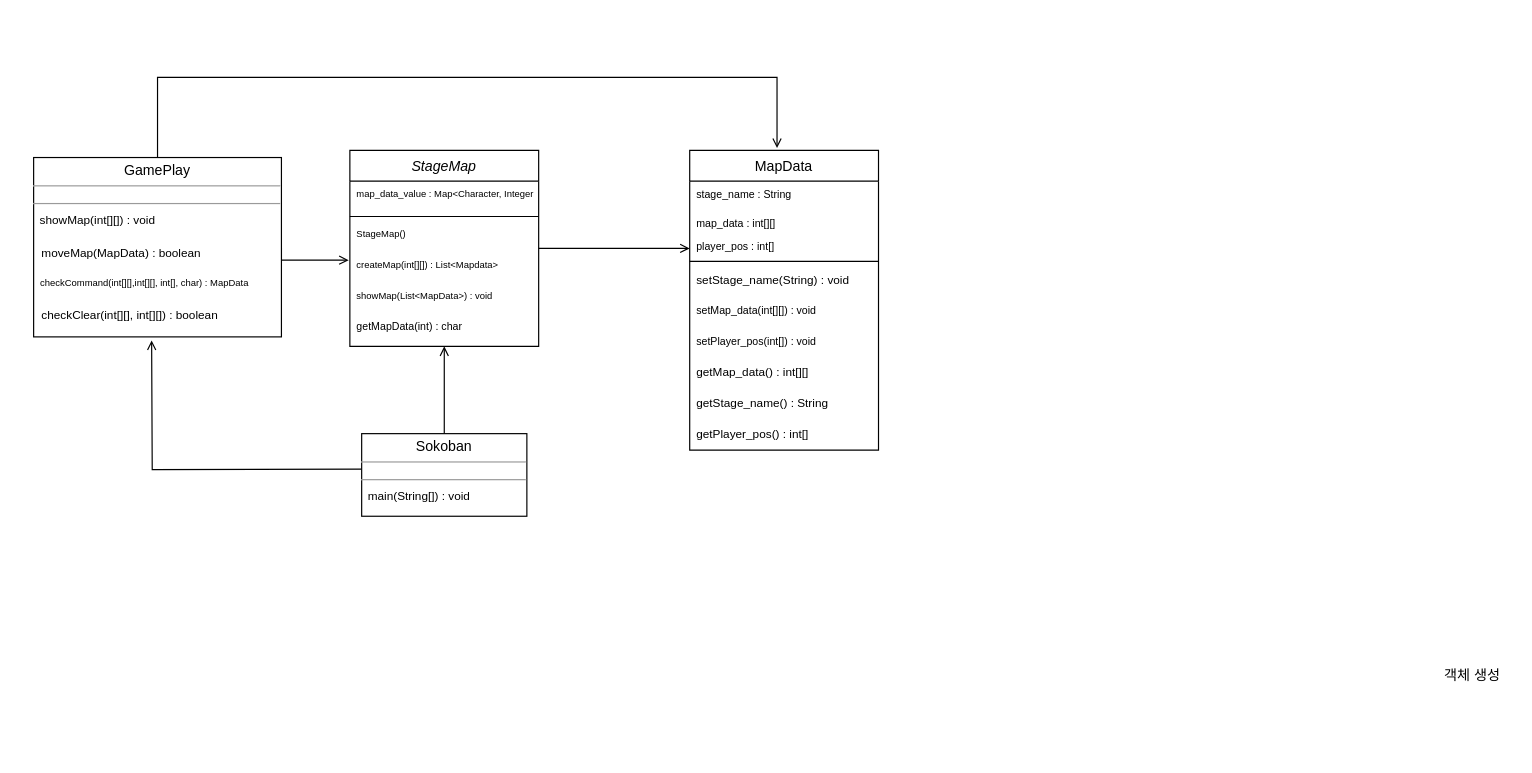
This is Untitled Diagram.drawio from ikjo93/Class-Diagram, a draw.io file, before an edit. Source tidied: cells renumbered, new cells numbered last; positions are measured from the earlier drawing's top-left corner, leaving out a move shared by most shapes. Both pictures are drawn from the tidied source at 118%, with x=0, y=0 at pixel (33, 77).
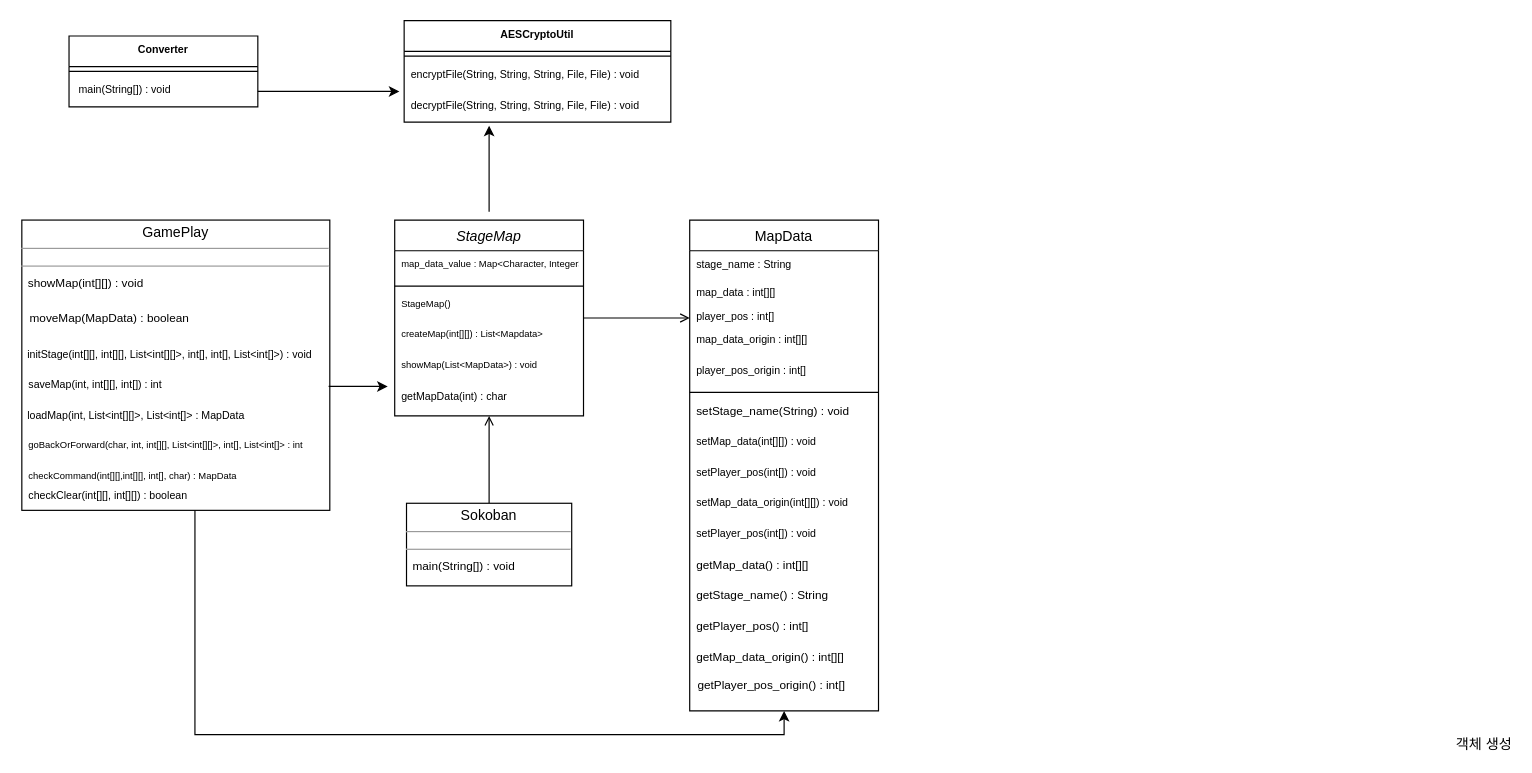
Above is the later version.

Unchanged cells that the change refers to:
```xml
<mxCell id="8" value="getMapData(int) : char" style="text;strokeColor=none;fillColor=none;align=left;verticalAlign=top;spacingLeft=4;spacingRight=4;overflow=hidden;points=[[0,0.5],[1,0.5]];portConstraint=eastwest;fontSize=9;" parent="2" vertex="1">
  <mxGeometry y="138" width="160" height="26" as="geometry" />
</mxCell>
```

Change to the diagram source:
```diff
@@
+    <mxCell id="31" style="edgeStyle=orthogonalEdgeStyle;rounded=0;orthogonalLoop=1;jettySize=auto;html=1;fontSize=9;" parent="1" edge="1">
+      <mxGeometry relative="1" as="geometry">
+        <mxPoint x="386" y="114" as="sourcePoint" />
+        <mxPoint x="386" y="41" as="targetPoint" />
+      </mxGeometry>
+    </mxCell>
     <mxCell id="2" value="StageMap" style="swimlane;fontStyle=2;align=center;verticalAlign=top;horizontal=1;startSize=26;rounded=0;shadow=0;strokeWidth=1;" parent="1" vertex="1">
-      <mxGeometry x="268" y="62" width="160" height="166" as="geometry" />
+      <mxGeometry x="306" y="121" width="160" height="166" as="geometry" />
     </mxCell>
@@
     <mxCell id="9" style="endArrow=open;endFill=0;shadow=0;strokeWidth=1;rounded=0;edgeStyle=elbowEdgeStyle;elbow=vertical;" parent="1" edge="1" target="2">
       <mxGeometry relative="1" as="geometry">
-        <mxPoint x="348" y="302" as="sourcePoint" />
+        <mxPoint x="386" y="361" as="sourcePoint" />
         <Array as="points">
-          <mxPoint x="348" y="251" />
+          <mxPoint x="386" y="310" />
         </Array>
       </mxGeometry>
     </mxCell>
     <mxCell id="10" value="MapData" style="swimlane;fontStyle=0;align=center;verticalAlign=top;horizontal=1;startSize=26;rounded=0;shadow=0;strokeWidth=1;" parent="1" vertex="1">
-      <mxGeometry x="556" y="62" width="160" height="254" as="geometry" />
+      <mxGeometry x="556" y="121" width="160" height="416" as="geometry" />
     </mxCell>
@@
+    <mxCell id="32" value="map_data_origin : int[][]" style="text;strokeColor=none;fillColor=none;align=left;verticalAlign=top;spacingLeft=4;spacingRight=4;overflow=hidden;fontSize=9;" parent="10" vertex="1">
+      <mxGeometry y="90" width="160" height="26" as="geometry" />
+    </mxCell>
+    <mxCell id="33" value="player_pos_origin : int[]" style="text;strokeColor=none;fillColor=none;align=left;verticalAlign=top;spacingLeft=4;spacingRight=4;overflow=hidden;fontSize=9;" parent="10" vertex="1">
+      <mxGeometry y="116" width="160" height="26" as="geometry" />
+    </mxCell>
     <mxCell id="14" style="line;html=1;strokeWidth=1;align=left;verticalAlign=middle;spacingTop=-1;spacingLeft=3;spacingRight=3;labelPosition=right;" parent="10" vertex="1">
-      <mxGeometry y="90" width="160" height="8" as="geometry" />
+      <mxGeometry y="142" width="160" height="8" as="geometry" />
     </mxCell>
     <mxCell id="15" value="setStage_name(String) : void" style="text;strokeColor=none;fillColor=none;align=left;verticalAlign=top;spacingLeft=4;spacingRight=4;overflow=hidden;fontSize=10;" parent="10" vertex="1">
-      <mxGeometry y="98" width="160" height="26" as="geometry" />
+      <mxGeometry y="150" width="160" height="26" as="geometry" />
     </mxCell>
     <mxCell id="16" value="setMap_data(int[][]) : void" style="text;strokeColor=none;fillColor=none;align=left;verticalAlign=top;spacingLeft=4;spacingRight=4;overflow=hidden;fontSize=9;" parent="10" vertex="1">
-      <mxGeometry y="124" width="160" height="26" as="geometry" />
+      <mxGeometry y="176" width="160" height="26" as="geometry" />
     </mxCell>
     <mxCell id="17" value="setPlayer_pos(int[]) : void" style="text;strokeColor=none;fillColor=none;align=left;verticalAlign=top;spacingLeft=4;spacingRight=4;overflow=hidden;fontSize=9;" parent="10" vertex="1">
-      <mxGeometry y="150" width="160" height="26" as="geometry" />
+      <mxGeometry y="202" width="160" height="26" as="geometry" />
     </mxCell>
+    <mxCell id="34" value="setMap_data_origin(int[][]) : void" style="text;strokeColor=none;fillColor=none;align=left;verticalAlign=top;spacingLeft=4;spacingRight=4;overflow=hidden;fontSize=9;" parent="10" vertex="1">
+      <mxGeometry y="228" width="160" height="26" as="geometry" />
+    </mxCell>
+    <mxCell id="35" value="setPlayer_pos(int[]) : void" style="text;strokeColor=none;fillColor=none;align=left;verticalAlign=top;spacingLeft=4;spacingRight=4;overflow=hidden;fontSize=9;" parent="10" vertex="1">
+      <mxGeometry y="254" width="160" height="26" as="geometry" />
+    </mxCell>
     <mxCell id="18" value="getMap_data() : int[][]" style="text;align=left;verticalAlign=top;spacingLeft=4;spacingRight=4;overflow=hidden;fontSize=10;" parent="10" vertex="1">
-      <mxGeometry y="176" width="160" height="26" as="geometry" />
+      <mxGeometry y="280" width="160" height="26" as="geometry" />
     </mxCell>
     <mxCell id="19" value="getStage_name() : String" style="text;align=left;verticalAlign=top;spacingLeft=4;spacingRight=4;overflow=hidden;fontSize=10;" parent="10" vertex="1">
-      <mxGeometry y="202" width="160" height="26" as="geometry" />
+      <mxGeometry y="306" width="160" height="26" as="geometry" />
     </mxCell>
     <mxCell id="20" value="getPlayer_pos() : int[]" style="text;align=left;verticalAlign=top;spacingLeft=4;spacingRight=4;overflow=hidden;fontSize=10;" parent="10" vertex="1">
-      <mxGeometry y="228" width="160" height="26" as="geometry" />
+      <mxGeometry y="332" width="160" height="26" as="geometry" />
     </mxCell>
+    <mxCell id="36" value="getMap_data_origin() : int[][]" style="text;align=left;verticalAlign=top;spacingLeft=4;spacingRight=4;overflow=hidden;fontSize=10;" parent="10" vertex="1">
+      <mxGeometry y="358" width="160" height="26" as="geometry" />
+    </mxCell>
@@
-    <mxCell id="23" style="edgeStyle=orthogonalEdgeStyle;rounded=0;orthogonalLoop=1;jettySize=auto;html=1;fontSize=10;endArrow=open;endFill=0;" parent="1" edge="1">
-      <mxGeometry relative="1" as="geometry">
-        <mxPoint x="278" y="332" as="sourcePoint" />
-        <mxPoint x="100" y="223" as="targetPoint" />
-      </mxGeometry>
-    </mxCell>
     <mxCell id="24" value="&lt;p style=&quot;margin: 0px ; margin-top: 4px ; text-align: center&quot;&gt;Sokoban&lt;br&gt;&lt;/p&gt;&lt;hr size=&quot;1&quot;&gt;&lt;div style=&quot;height: 2px&quot;&gt;&lt;/div&gt;&lt;hr size=&quot;1&quot;&gt;&lt;div style=&quot;height: 2px&quot;&gt;&lt;span style=&quot;font-size: 10px&quot;&gt;&amp;nbsp; main(String[]) : void&lt;/span&gt;&lt;/div&gt;" style="verticalAlign=top;align=left;overflow=fill;fontSize=12;fontFamily=Helvetica;html=1;" parent="1" vertex="1">
-      <mxGeometry x="278" y="302" width="140" height="70" as="geometry" />
+      <mxGeometry x="316" y="361" width="140" height="70" as="geometry" />
     </mxCell>
-    <mxCell id="25" style="edgeStyle=orthogonalEdgeStyle;rounded=0;jettySize=auto;html=1;fontSize=10;endArrow=open;endFill=0;exitX=1;exitY=0.5;exitDx=0;exitDy=0;" parent="1" edge="1" source="27">
-      <mxGeometry relative="1" as="geometry">
-        <mxPoint x="267" y="155" as="targetPoint" />
-        <Array as="points">
-          <mxPoint x="210" y="155" />
-        </Array>
-      </mxGeometry>
-    </mxCell>
-    <mxCell id="26" style="edgeStyle=orthogonalEdgeStyle;rounded=0;orthogonalLoop=1;jettySize=auto;html=1;fontSize=9;endArrow=open;endFill=0;" parent="1" edge="1">
-      <mxGeometry relative="1" as="geometry">
-        <mxPoint x="105" y="92" as="sourcePoint" />
-        <mxPoint x="630" y="60" as="targetPoint" />
-        <Array as="points">
-          <mxPoint x="105" />
-        </Array>
-      </mxGeometry>
-    </mxCell>
+    <mxCell id="37" style="edgeStyle=orthogonalEdgeStyle;rounded=0;jettySize=auto;html=1;fontSize=9;entryX=0.5;entryY=1;entryDx=0;entryDy=0;exitX=0.863;exitY=0.046;exitDx=0;exitDy=0;exitPerimeter=0;" parent="1" edge="1" source="30" target="10">
+      <mxGeometry relative="1" as="geometry">
+        <Array as="points">
+          <mxPoint x="137" y="557" />
+          <mxPoint x="636" y="557" />
+        </Array>
+      </mxGeometry>
+    </mxCell>
     <mxCell id="27" value="&lt;p style=&quot;margin: 0px ; margin-top: 4px ; text-align: center&quot;&gt;GamePlay&lt;br&gt;&lt;/p&gt;&lt;hr size=&quot;1&quot;&gt;&lt;div style=&quot;height: 2px&quot;&gt;&lt;/div&gt;&lt;hr size=&quot;1&quot;&gt;&lt;div style=&quot;height: 2px&quot;&gt;&lt;span style=&quot;font-size: 10px&quot;&gt;&amp;nbsp; showMap(int[][]) : void&lt;/span&gt;&lt;/div&gt;&lt;div style=&quot;height: 2px&quot;&gt;&lt;span style=&quot;font-size: 10px&quot;&gt;&lt;br&gt;&lt;/span&gt;&lt;/div&gt;" style="verticalAlign=top;align=left;overflow=fill;fontSize=12;fontFamily=Helvetica;html=1;" parent="1" vertex="1">
-      <mxGeometry y="68" width="210" height="152" as="geometry" />
+      <mxGeometry x="-10" y="121" width="261" height="246" as="geometry" />
     </mxCell>
     <mxCell id="28" value="moveMap(MapData) : boolean" style="text;strokeColor=none;fillColor=none;align=left;verticalAlign=top;spacingLeft=4;spacingRight=4;overflow=hidden;fontSize=10;" parent="1" vertex="1">
-      <mxGeometry x="1" y="137" width="170" height="26" as="geometry" />
+      <mxGeometry x="-9" y="192" width="170" height="26" as="geometry" />
     </mxCell>
     <mxCell id="29" value="checkCommand(int[][],int[][], int[], char) : MapData" style="text;strokeColor=none;fillColor=none;align=left;verticalAlign=top;spacingLeft=4;spacingRight=4;overflow=hidden;fontSize=8;" parent="1" vertex="1">
-      <mxGeometry y="163" width="200" height="26" as="geometry" />
+      <mxGeometry x="-10" y="327" width="200" height="26" as="geometry" />
     </mxCell>
-    <mxCell id="30" value="checkClear(int[][], int[][]) : boolean" style="text;strokeColor=none;fillColor=none;align=left;verticalAlign=top;spacingLeft=4;spacingRight=4;overflow=hidden;points=[[0,0.5],[1,0.5]];portConstraint=eastwest;fontSize=10;" parent="1" vertex="1">
-      <mxGeometry x="1" y="189" width="170" height="26" as="geometry" />
+    <mxCell id="30" value="checkClear(int[][], int[][]) : boolean" style="text;strokeColor=none;fillColor=none;align=left;verticalAlign=top;spacingLeft=4;spacingRight=4;overflow=hidden;points=[[0,0.5],[1,0.5]];portConstraint=eastwest;fontSize=9;" parent="1" vertex="1">
+      <mxGeometry x="-10" y="343" width="170" height="40" as="geometry" />
     </mxCell>
+    <mxCell id="38" value="initStage(int[][], int[][], List&lt;int[][]&gt;, int[], int[], List&lt;int[]&gt;) : void" style="text;strokeColor=none;fillColor=none;align=left;verticalAlign=top;spacingLeft=4;spacingRight=4;overflow=hidden;fontSize=9;" parent="1" vertex="1">
+      <mxGeometry x="-11" y="223" width="259" height="26" as="geometry" />
+    </mxCell>
+    <mxCell id="39" style="edgeStyle=orthogonalEdgeStyle;rounded=0;jettySize=auto;html=1;entryX=-0.037;entryY=0.115;entryDx=0;entryDy=0;entryPerimeter=0;fontSize=9;" parent="1" edge="1" source="40" target="8">
+      <mxGeometry relative="1" as="geometry" />
+    </mxCell>
+    <mxCell id="40" value="saveMap(int, int[][], int[]) : int" style="text;strokeColor=none;fillColor=none;align=left;verticalAlign=top;spacingLeft=4;spacingRight=4;overflow=hidden;points=[[0,0.5],[1,0.5]];portConstraint=eastwest;fontSize=9;" parent="1" vertex="1">
+      <mxGeometry x="-10" y="249" width="260" height="26" as="geometry" />
+    </mxCell>
+    <mxCell id="41" value="loadMap(int, List&lt;int[][]&gt;, List&lt;int[]&gt; : MapData" style="text;strokeColor=none;fillColor=none;align=left;verticalAlign=top;spacingLeft=4;spacingRight=4;overflow=hidden;fontSize=9;" parent="1" vertex="1">
+      <mxGeometry x="-11" y="275" width="259" height="26" as="geometry" />
+    </mxCell>
+    <mxCell id="42" value="goBackOrForward(char, int, int[][], List&lt;int[][]&gt;, int[], List&lt;int[]&gt; : int" style="text;strokeColor=none;fillColor=none;align=left;verticalAlign=top;spacingLeft=4;spacingRight=4;overflow=hidden;fontSize=8;" parent="1" vertex="1">
+      <mxGeometry x="-10" y="301" width="260" height="26" as="geometry" />
+    </mxCell>
+    <mxCell id="43" value="getPlayer_pos_origin() : int[]" style="text;align=left;verticalAlign=top;spacingLeft=4;spacingRight=4;overflow=hidden;fontSize=10;" parent="1" vertex="1">
+      <mxGeometry x="557" y="503" width="160" height="26" as="geometry" />
+    </mxCell>
+    <mxCell id="44" value="Converter" style="swimlane;fontStyle=1;align=center;verticalAlign=top;horizontal=1;startSize=26;fontSize=9;" parent="1" vertex="1">
+      <mxGeometry x="30" y="-35" width="160" height="60" as="geometry" />
+    </mxCell>
+    <mxCell id="45" style="line;strokeWidth=1;fillColor=none;align=left;verticalAlign=middle;spacingTop=-1;spacingLeft=3;spacingRight=3;labelPosition=right;fontSize=9;" parent="44" vertex="1">
+      <mxGeometry y="26" width="160" height="8" as="geometry" />
+    </mxCell>
+    <mxCell id="46" value=" main(String[]) : void" style="text;strokeColor=none;fillColor=none;align=left;verticalAlign=top;spacingLeft=4;spacingRight=4;overflow=hidden;points=[[0,0.5],[1,0.5]];portConstraint=eastwest;fontSize=9;" parent="44" vertex="1">
+      <mxGeometry y="34" width="160" height="26" as="geometry" />
+    </mxCell>
+    <mxCell id="47" value="AESCryptoUtil" style="swimlane;fontStyle=1;align=center;verticalAlign=top;horizontal=1;startSize=26;fontSize=9;" parent="1" vertex="1">
+      <mxGeometry x="314" y="-48" width="226" height="86" as="geometry" />
+    </mxCell>
+    <mxCell id="48" style="line;strokeWidth=1;fillColor=none;align=left;verticalAlign=middle;spacingTop=-1;spacingLeft=3;spacingRight=3;labelPosition=right;fontSize=9;" parent="47" vertex="1">
+      <mxGeometry y="26" width="226" height="8" as="geometry" />
+    </mxCell>
+    <mxCell id="49" value="encryptFile(String, String, String, File, File) : void" style="text;strokeColor=none;fillColor=none;align=left;verticalAlign=top;spacingLeft=4;spacingRight=4;overflow=hidden;fontSize=9;" parent="47" vertex="1">
+      <mxGeometry y="34" width="226" height="26" as="geometry" />
+    </mxCell>
+    <mxCell id="50" value="decryptFile(String, String, String, File, File) : void" style="text;strokeColor=none;fillColor=none;align=left;verticalAlign=top;spacingLeft=4;spacingRight=4;overflow=hidden;fontSize=9;" parent="47" vertex="1">
+      <mxGeometry y="60" width="226" height="26" as="geometry" />
+    </mxCell>
+    <mxCell id="51" style="edgeStyle=orthogonalEdgeStyle;rounded=0;jettySize=auto;html=1;fontSize=9;" parent="1" edge="1" source="46">
+      <mxGeometry relative="1" as="geometry">
+        <mxPoint x="310" y="12" as="targetPoint" />
+      </mxGeometry>
+    </mxCell>
```
